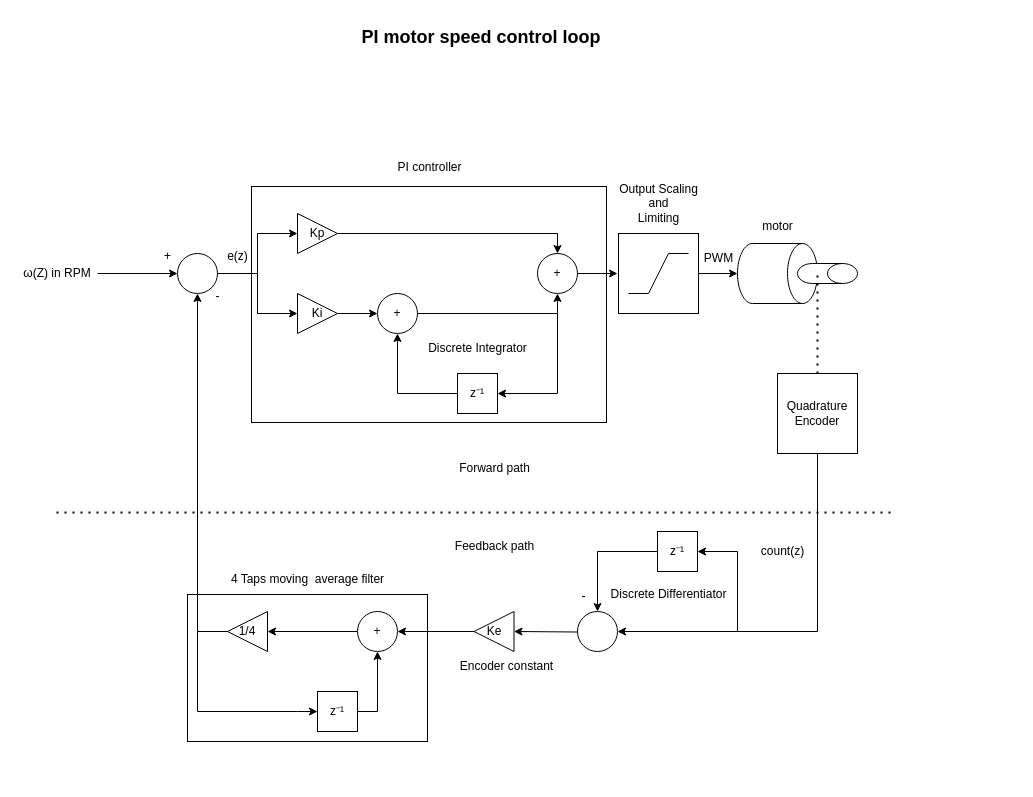
Earlier version of the draw.io diagram page "Motor_control" (1 of 6) of Documents/iRob_maneuv3r.drawio (E12-CO/iRob-bot). Source tidied: cells renumbered, new cells numbered last; positions are measured from the earlier drawing's top-left corner, leaving out a move shared by most shapes. Both pictures are drawn from the tidied source at 100%, with x=0, y=0 at pixel (17, 22).
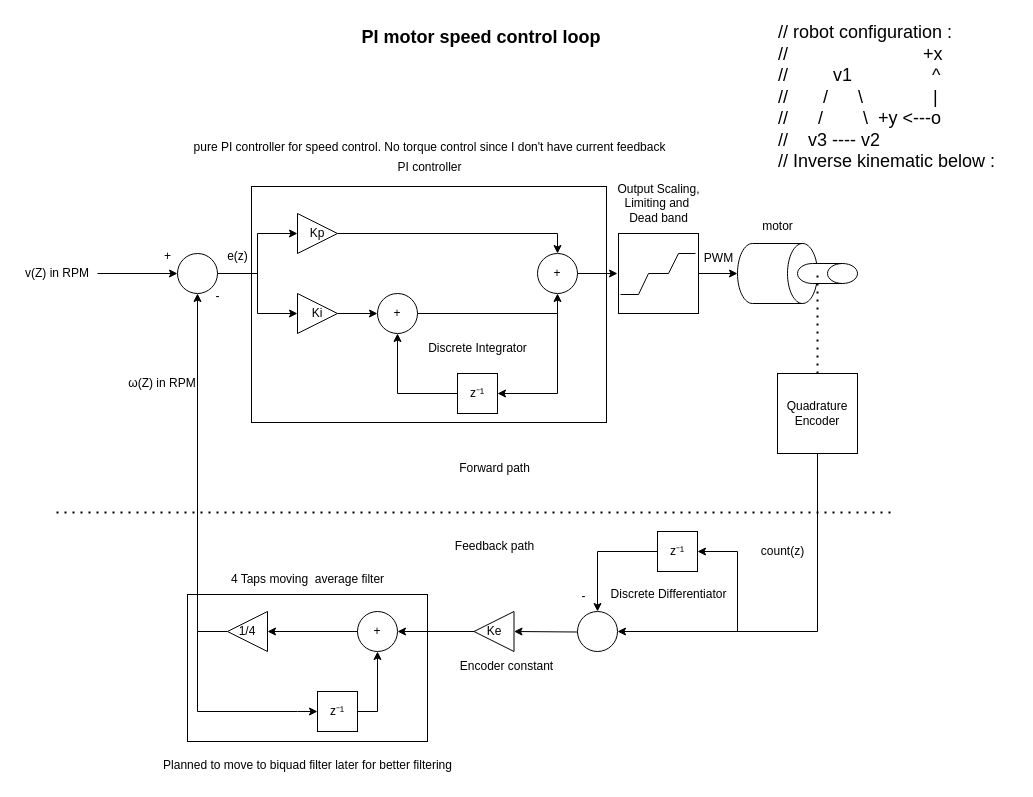
The same diagram, later.

Diff of the diagram source:
```diff
@@
-    <mxCell id="5" value="ω(Z) in RPM" style="text;html=1;align=center;verticalAlign=middle;whiteSpace=wrap;rounded=0;" parent="1" vertex="1">
+    <mxCell id="5" value="v(Z) in RPM" style="text;html=1;align=center;verticalAlign=middle;whiteSpace=wrap;rounded=0;" parent="1" vertex="1">
       <mxGeometry y="231" width="80" height="40" as="geometry" />
     </mxCell>
@@
-    <mxCell id="28" style="endArrow=none;html=1;rounded=0;" parent="1" edge="1">
-      <mxGeometry relative="1" as="geometry">
-        <mxPoint x="611" y="271" as="sourcePoint" />
-        <mxPoint x="631" y="271" as="targetPoint" />
-      </mxGeometry>
-    </mxCell>
-    <mxCell id="29" style="endArrow=none;html=1;rounded=0;" parent="1" edge="1">
-      <mxGeometry relative="1" as="geometry">
-        <mxPoint x="651" y="231" as="sourcePoint" />
-        <mxPoint x="671" y="231" as="targetPoint" />
-      </mxGeometry>
-    </mxCell>
-    <mxCell id="30" style="endArrow=none;html=1;rounded=0;" parent="1" edge="1">
-      <mxGeometry relative="1" as="geometry">
-        <mxPoint x="631" y="271" as="sourcePoint" />
-        <mxPoint x="651" y="231" as="targetPoint" />
-      </mxGeometry>
-    </mxCell>
-    <mxCell id="31" value="Output Scaling&lt;div&gt;and&lt;/div&gt;&lt;div&gt;Limiting&lt;/div&gt;" style="text;html=1;align=center;verticalAlign=middle;strokeColor=none;fillColor=none;" parent="1" vertex="1">
-      <mxGeometry x="591" y="151" width="100" height="60" as="geometry" />
+    <mxCell id="31" value="Output Scaling,&lt;div&gt;Limiting and&amp;nbsp;&lt;/div&gt;&lt;div&gt;Dead band&lt;/div&gt;" style="text;html=1;align=center;verticalAlign=middle;strokeColor=none;fillColor=none;" parent="1" vertex="1">
+      <mxGeometry x="586" y="151" width="110" height="60" as="geometry" />
     </mxCell>
@@
+    <mxCell id="63" style="endArrow=none;html=1;rounded=0;" parent="1" edge="1">
+      <mxGeometry relative="1" as="geometry">
+        <mxPoint x="631" y="251" as="sourcePoint" />
+        <mxPoint x="651" y="251" as="targetPoint" />
+      </mxGeometry>
+    </mxCell>
+    <mxCell id="64" style="endArrow=none;html=1;rounded=0;" parent="1" edge="1">
+      <mxGeometry relative="1" as="geometry">
+        <mxPoint x="651" y="251" as="sourcePoint" />
+        <mxPoint x="678" y="231" as="targetPoint" />
+        <Array as="points">
+          <mxPoint x="661" y="231" />
+        </Array>
+      </mxGeometry>
+    </mxCell>
+    <mxCell id="65" style="endArrow=none;html=1;rounded=0;" parent="1" edge="1">
+      <mxGeometry relative="1" as="geometry">
+        <mxPoint x="603" y="272" as="sourcePoint" />
+        <mxPoint x="631" y="251" as="targetPoint" />
+        <Array as="points">
+          <mxPoint x="621" y="272" />
+        </Array>
+      </mxGeometry>
+    </mxCell>
+    <mxCell id="66" value="pure PI controller for speed control. No torque control since I don't have current feedback" style="text;html=1;align=center;verticalAlign=middle;strokeColor=none;fillColor=none;" parent="1" vertex="1">
+      <mxGeometry x="161.5" y="110" width="500" height="30" as="geometry" />
+    </mxCell>
+    <mxCell id="67" value="Planned to move to biquad filter later for better filtering" style="text;html=1;align=center;verticalAlign=middle;strokeColor=none;fillColor=none;" parent="1" vertex="1">
+      <mxGeometry x="135" y="728" width="310" height="30" as="geometry" />
+    </mxCell>
+    <mxCell id="68" value="ω(Z) in RPM" style="text;html=1;align=center;verticalAlign=middle;whiteSpace=wrap;rounded=0;" parent="1" vertex="1">
+      <mxGeometry x="105" y="341" width="80" height="40" as="geometry" />
+    </mxCell>
+    <mxCell id="69" value="&lt;div style=&quot;font-size: 18px;&quot;&gt;&lt;font style=&quot;font-size: 18px;&quot;&gt;// robot configuration :&lt;/font&gt;&lt;/div&gt;&lt;div style=&quot;font-size: 18px;&quot;&gt;&lt;font style=&quot;font-size: 18px;&quot;&gt;//&amp;nbsp; &amp;nbsp; &amp;nbsp; &amp;nbsp; &amp;nbsp; &amp;nbsp; &amp;nbsp; &amp;nbsp; &amp;nbsp; &amp;nbsp; &amp;nbsp; &amp;nbsp; &amp;nbsp; &amp;nbsp;+x&lt;/font&gt;&lt;/div&gt;&lt;div style=&quot;font-size: 18px;&quot;&gt;&lt;font style=&quot;font-size: 18px;&quot;&gt;//&amp;nbsp; &amp;nbsp; &amp;nbsp; &amp;nbsp; &amp;nbsp;v1&amp;nbsp; &amp;nbsp; &amp;nbsp; &amp;nbsp; &amp;nbsp; &amp;nbsp; &amp;nbsp; &amp;nbsp; ^&lt;/font&gt;&lt;/div&gt;&lt;div style=&quot;font-size: 18px;&quot;&gt;&lt;font style=&quot;font-size: 18px;&quot;&gt;//&amp;nbsp; &amp;nbsp; &amp;nbsp; &amp;nbsp;/&amp;nbsp; &amp;nbsp; &amp;nbsp; \&amp;nbsp; &amp;nbsp; &amp;nbsp; &amp;nbsp; &amp;nbsp; &amp;nbsp; &amp;nbsp; |&lt;/font&gt;&lt;/div&gt;&lt;div style=&quot;font-size: 18px;&quot;&gt;&lt;font style=&quot;font-size: 18px;&quot;&gt;//&amp;nbsp; &amp;nbsp; &amp;nbsp; /&amp;nbsp; &amp;nbsp; &amp;nbsp; &amp;nbsp; \&amp;nbsp; +y &amp;lt;---o&lt;/font&gt;&lt;/div&gt;&lt;div style=&quot;font-size: 18px;&quot;&gt;&lt;font style=&quot;font-size: 18px;&quot;&gt;//&amp;nbsp; &amp;nbsp; v3 ---- v2&lt;/font&gt;&lt;/div&gt;&lt;div style=&quot;font-size: 18px;&quot;&gt;&lt;font style=&quot;font-size: 18px;&quot;&gt;// Inverse kinematic below :&lt;/font&gt;&lt;/div&gt;" style="text;html=1;align=left;verticalAlign=middle;strokeColor=none;fillColor=none;" parent="1" vertex="1">
+      <mxGeometry x="759" y="-5" width="240" height="160" as="geometry" />
+    </mxCell>
```
